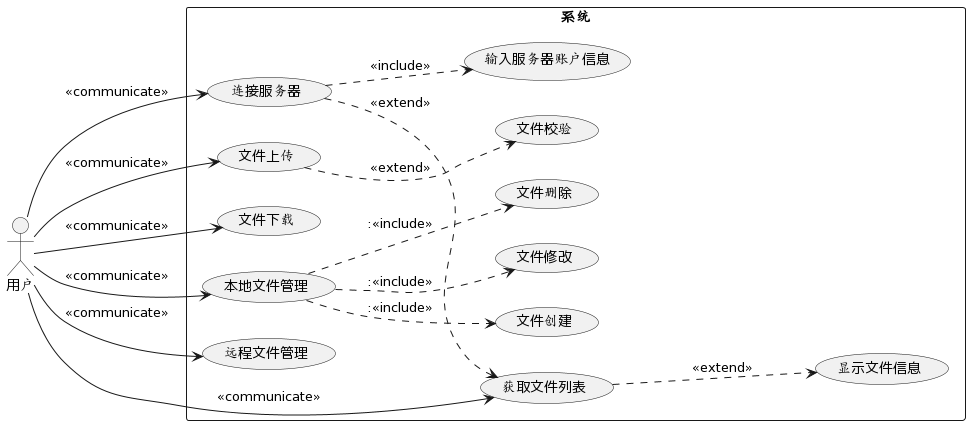
The PlantUML diagram doc/design/usercase.png in lxl3333/httplib, before a commit.
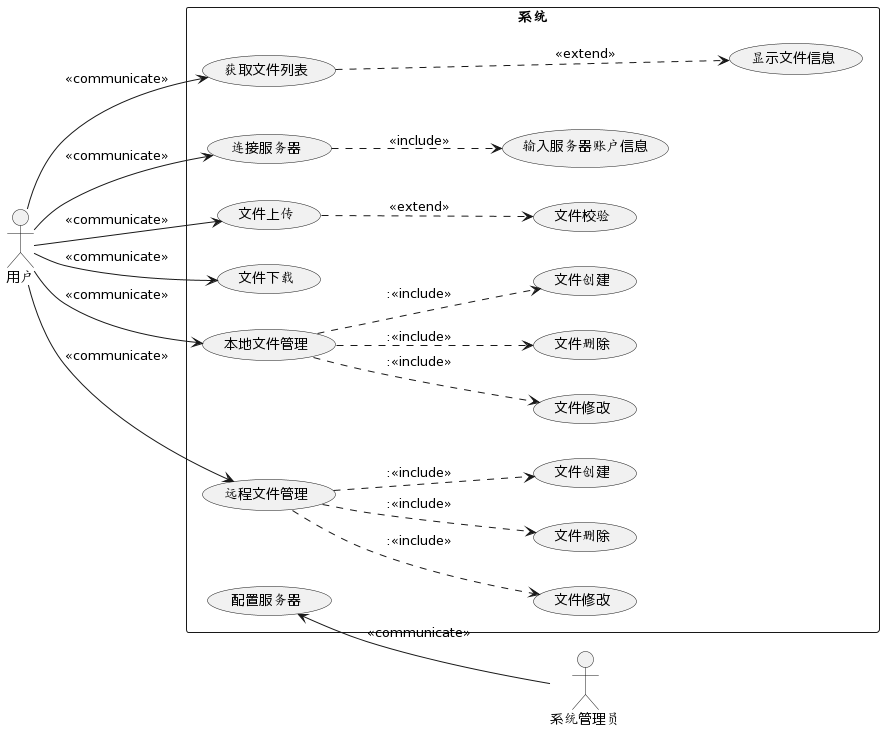
The same diagram one commit later.

Change to the diagram source:
```diff
@@ -1,6 +1,7 @@
 @startuml
 left to right direction
 actor "用户" as fc
+actor "系统管理员" as maneger
 rectangle 系统 {
   usecase "获取文件列表" as UC2
   usecase "连接服务器" as UC1
@@ -12,11 +13,14 @@
   usecase "文件修改" as modify
   usecase "文件删除" as remove
   usecase "文件创建" as create
+  usecase "文件修改" as rmodify
+  usecase "文件删除" as rremove
+  usecase "文件创建" as rcreate
   usecase "显示文件信息" as showfileinfo
   usecase "输入服务器账户信息" as login
+  usecase "配置服务器" as config
 }
 UC1 ..> login :<<include>>
-UC1 ..> UC2 :<<extend>>
 fc --> UC1 :<<communicate>>
 fc --> UC2 :<<communicate>>
 fc --> UC3 :<<communicate>>
@@ -29,4 +33,10 @@
 UC5 ..>modify ::<<include>>
 UC5 ..>remove ::<<include>>
 UC5 ..>create ::<<include>>
+
+UC6 ..>rmodify ::<<include>>
+UC6 ..>rremove ::<<include>>
+UC6 ..>rcreate ::<<include>>
+
+config<--maneger :<<communicate>>
 @enduml
```
